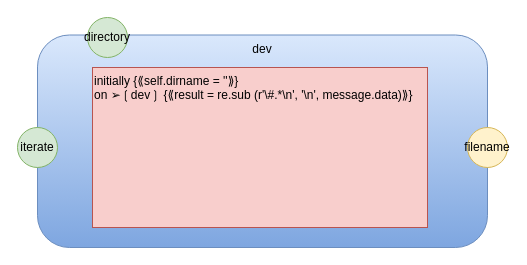
guitarvydas/pypm keeps this draw.io diagram as poc/dev.drawio. Above is the earlier version. Source tidied: cells renumbered, new cells numbered last; positions are measured from the earlier drawing's top-left corner, leaving out a move shared by most shapes. Both pictures are drawn from the tidied source at 100%, with x=0, y=0 at pixel (17, 17).
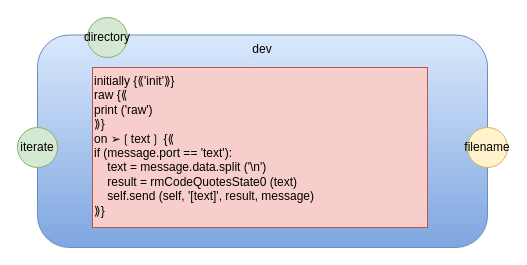
The same page after the edit.

The edit, as a diff of the source:
```diff
@@
 <mxGraphModel>
   <root>
     <mxCell id="0" />
     <mxCell id="1" parent="0" />
     <mxCell id="2" value="dev" style="rounded=1;whiteSpace=wrap;html=1;horizontal=1;verticalAlign=top;strokeColor=#6c8ebf;fillColor=#dae8fc;gradientColor=#7ea6e0;" parent="1" vertex="1">
       <mxGeometry x="20" y="17.5" width="450" height="212.5" as="geometry" />
     </mxCell>
     <mxCell id="3" value="filename" style="ellipse;whiteSpace=wrap;html=1;fillColor=#fff2cc;strokeColor=#d6b656;" parent="1" vertex="1">
       <mxGeometry x="450" y="110" width="40" height="40" as="geometry" />
     </mxCell>
     <mxCell id="4" value="iterate" style="ellipse;whiteSpace=wrap;html=1;fillColor=#d5e8d4;strokeColor=#82b366;" parent="1" vertex="1">
       <mxGeometry y="110" width="40" height="40" as="geometry" />
     </mxCell>
     <mxCell id="5" value="directory" style="ellipse;whiteSpace=wrap;html=1;fillColor=#d5e8d4;strokeColor=#82b366;" parent="1" vertex="1">
       <mxGeometry x="70" width="40" height="40" as="geometry" />
     </mxCell>
-    <mxCell id="6" value="&lt;div&gt;&lt;div&gt;&lt;div&gt;&lt;div&gt;&lt;div&gt;initially {⟪self.dirname = ''⟫}&lt;/div&gt;&lt;div&gt;on ➢❲dev❳ {⟪result = re.sub (r'\#.*\n', '\n', message.data)⟫}&lt;/div&gt;&lt;/div&gt;&lt;/div&gt;&lt;/div&gt;&lt;/div&gt;&lt;div&gt;&lt;br&gt;&lt;/div&gt;" style="rounded=0;whiteSpace=wrap;html=1;align=left;verticalAlign=top;fillColor=#f8cecc;strokeColor=#b85450;" parent="1" vertex="1">
+    <mxCell id="6" value="&lt;div&gt;&lt;div&gt;&lt;div&gt;&lt;div&gt;&lt;div&gt;&lt;div&gt;initially {⟪'init'⟫}&lt;/div&gt;&lt;div&gt;raw {⟪&amp;nbsp;&lt;/div&gt;&lt;div&gt;print ('raw')&amp;nbsp;&lt;/div&gt;&lt;div&gt;⟫}&lt;/div&gt;&lt;div&gt;on ➢❲text❳ {⟪&lt;/div&gt;&lt;div&gt;if (message.port == 'text'):&lt;/div&gt;&lt;div&gt;&amp;nbsp; &amp;nbsp; text = message.data.split ('\n')&lt;/div&gt;&lt;div&gt;&amp;nbsp; &amp;nbsp; result = rmCodeQuotesState0 (text)&lt;/div&gt;&lt;div&gt;&amp;nbsp; &amp;nbsp; self.send (self, '[text]', result, message)&lt;/div&gt;&lt;div&gt;⟫}&lt;/div&gt;&lt;/div&gt;&lt;/div&gt;&lt;/div&gt;&lt;/div&gt;&lt;/div&gt;&lt;div&gt;&lt;br&gt;&lt;/div&gt;" style="rounded=0;whiteSpace=wrap;html=1;align=left;verticalAlign=top;fillColor=#f8cecc;strokeColor=#b85450;" parent="1" vertex="1">
       <mxGeometry x="75" y="50" width="335" height="160" as="geometry" />
     </mxCell>
   </root>
 </mxGraphModel>
```
